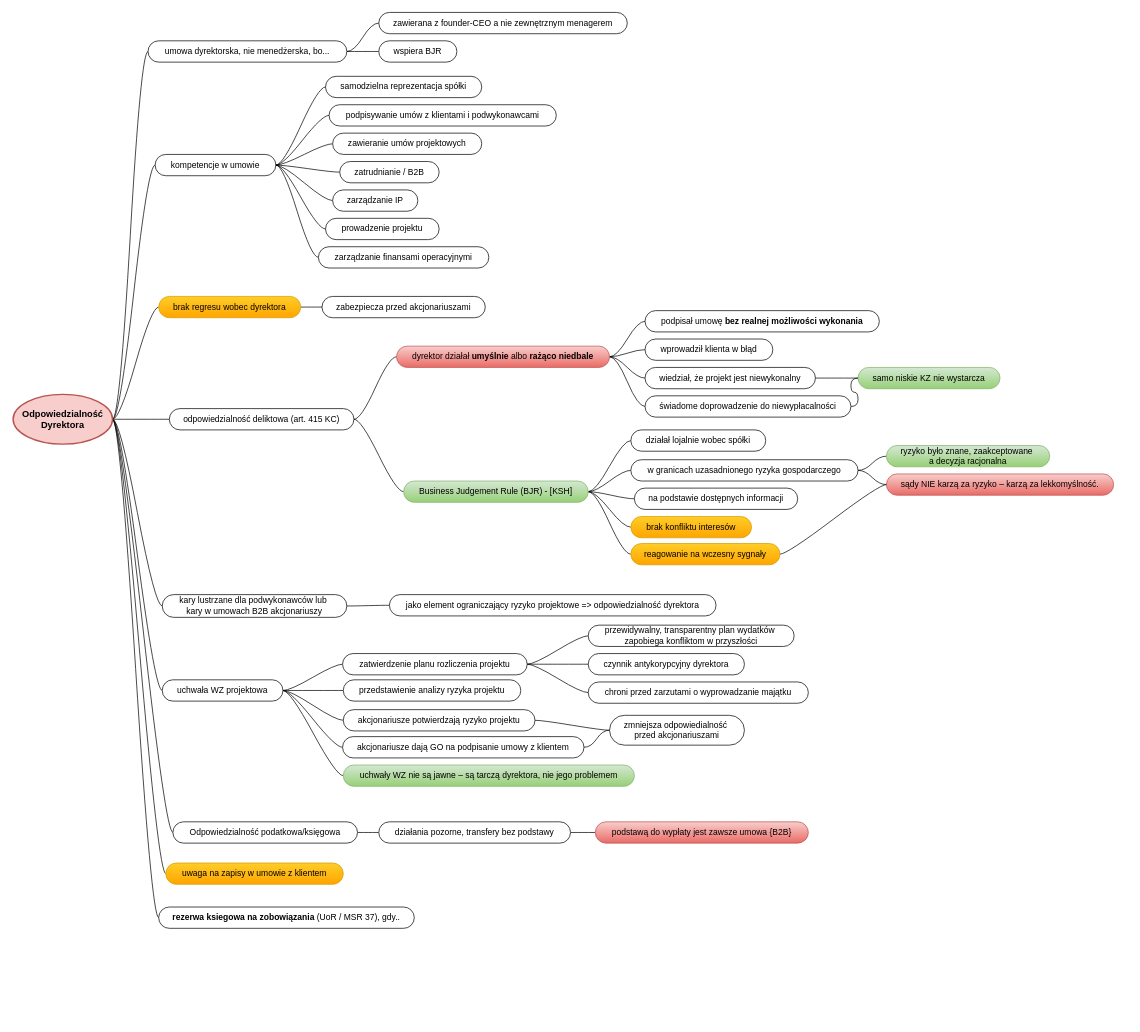
arturd2/diagrams keeps this draw.io diagram as Dyrektor.Odpowiedzialność.drawio. Above is the earlier version. Source tidied: cells renumbered, new cells numbered last; positions are measured from the earlier drawing's top-left corner, leaving out a move shared by most shapes. Both pictures are drawn from the tidied source at 71%, with x=0, y=0 at pixel (13, 12).
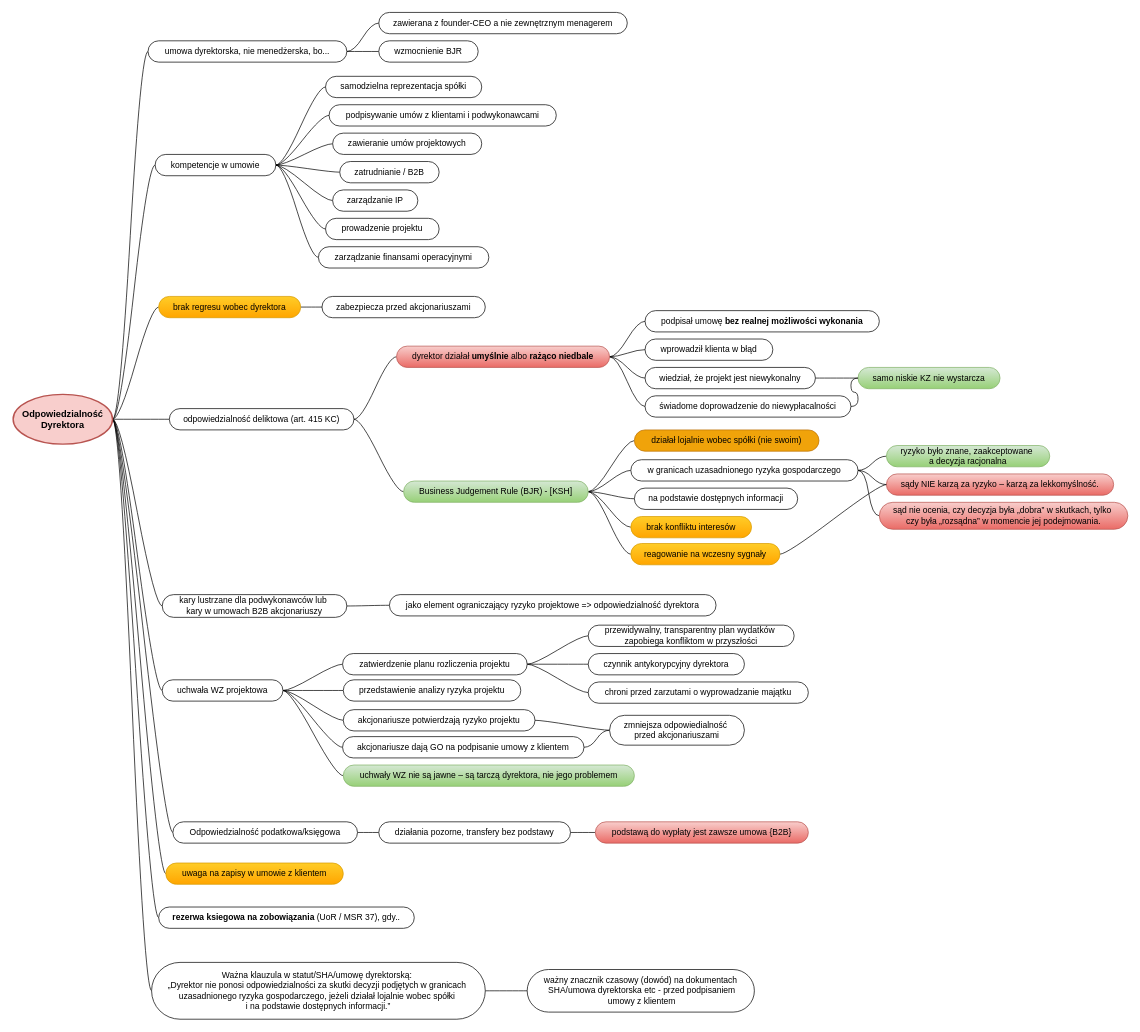
After the change.

Unchanged cells that the change refers to:
```xml
<mxCell id="11" value="Odpowiedzialność&lt;br&gt;Dyrektora" style="ellipse;whiteSpace=wrap;html=1;align=center;newEdgeStyle={&quot;edgeStyle&quot;:&quot;entityRelationEdgeStyle&quot;,&quot;startArrow&quot;:&quot;none&quot;,&quot;endArrow&quot;:&quot;none&quot;,&quot;segment&quot;:10,&quot;curved&quot;:1,&quot;sourcePerimeterSpacing&quot;:0,&quot;targetPerimeterSpacing&quot;:0};fillColor=#f8cecc;strokeColor=#b85450;strokeWidth=2;fontStyle=1;fontSize=13;" parent="1" vertex="1">
  <mxGeometry y="538" width="140" height="70" as="geometry" />
</mxCell>
<mxCell id="78" value="w granicach uzasadnionego ryzyka gospodarczego" style="whiteSpace=wrap;html=1;rounded=1;arcSize=50;align=center;verticalAlign=middle;strokeWidth=1;spacing=4;newEdgeStyle={&quot;edgeStyle&quot;:&quot;entityRelationEdgeStyle&quot;,&quot;startArrow&quot;:&quot;none&quot;,&quot;endArrow&quot;:&quot;none&quot;,&quot;segment&quot;:10,&quot;curved&quot;:1,&quot;sourcePerimeterSpacing&quot;:0,&quot;targetPerimeterSpacing&quot;:0};" parent="1" vertex="1">
  <mxGeometry x="870" y="630" width="320" height="30" as="geometry" />
</mxCell>
```

Diff of the diagram source:
```diff
@@
+    <mxCell id="96" style="edgeStyle=entityRelationEdgeStyle;rounded=0;jettySize=auto;html=1;startArrow=none;endArrow=none;segment=10;curved=1;sourcePerimeterSpacing=0;targetPerimeterSpacing=0;" parent="1" edge="1" source="11" target="100">
+      <mxGeometry relative="1" as="geometry" />
+    </mxCell>
@@
-    <mxCell id="34" value="wspiera BJR" style="whiteSpace=wrap;html=1;rounded=1;arcSize=50;align=center;verticalAlign=middle;strokeWidth=1;spacing=4;newEdgeStyle={&quot;edgeStyle&quot;:&quot;entityRelationEdgeStyle&quot;,&quot;startArrow&quot;:&quot;none&quot;,&quot;endArrow&quot;:&quot;none&quot;,&quot;segment&quot;:10,&quot;curved&quot;:1,&quot;sourcePerimeterSpacing&quot;:0,&quot;targetPerimeterSpacing&quot;:0};" parent="1" vertex="1">
-      <mxGeometry x="515" y="40" width="110" height="30" as="geometry" />
+    <mxCell id="34" value="wzmocnienie BJR" style="whiteSpace=wrap;html=1;rounded=1;arcSize=50;align=center;verticalAlign=middle;strokeWidth=1;spacing=4;newEdgeStyle={&quot;edgeStyle&quot;:&quot;entityRelationEdgeStyle&quot;,&quot;startArrow&quot;:&quot;none&quot;,&quot;endArrow&quot;:&quot;none&quot;,&quot;segment&quot;:10,&quot;curved&quot;:1,&quot;sourcePerimeterSpacing&quot;:0,&quot;targetPerimeterSpacing&quot;:0};" parent="1" vertex="1">
+      <mxGeometry x="515" y="40" width="140" height="30" as="geometry" />
     </mxCell>
@@
-    <mxCell id="75" value="działał lojalnie wobec spółki" style="whiteSpace=wrap;html=1;rounded=1;arcSize=50;align=center;verticalAlign=middle;strokeWidth=1;spacing=4;newEdgeStyle={&quot;edgeStyle&quot;:&quot;entityRelationEdgeStyle&quot;,&quot;startArrow&quot;:&quot;none&quot;,&quot;endArrow&quot;:&quot;none&quot;,&quot;segment&quot;:10,&quot;curved&quot;:1,&quot;sourcePerimeterSpacing&quot;:0,&quot;targetPerimeterSpacing&quot;:0};" parent="1" vertex="1">
-      <mxGeometry x="870" y="588" width="190" height="30" as="geometry" />
+    <mxCell id="75" value="działał lojalnie wobec spółki (nie swoim)" style="whiteSpace=wrap;html=1;rounded=1;arcSize=50;align=center;verticalAlign=middle;strokeWidth=1;spacing=4;newEdgeStyle={&quot;edgeStyle&quot;:&quot;entityRelationEdgeStyle&quot;,&quot;startArrow&quot;:&quot;none&quot;,&quot;endArrow&quot;:&quot;none&quot;,&quot;segment&quot;:10,&quot;curved&quot;:1,&quot;sourcePerimeterSpacing&quot;:0,&quot;targetPerimeterSpacing&quot;:0};fillColor=#f0a30a;strokeColor=#BD7000;fontColor=#000000;" parent="1" vertex="1">
+      <mxGeometry x="875" y="588" width="260" height="30" as="geometry" />
     </mxCell>
@@
+    <mxCell id="97" style="edgeStyle=entityRelationEdgeStyle;rounded=0;jettySize=auto;html=1;startArrow=none;endArrow=none;segment=10;curved=1;sourcePerimeterSpacing=0;targetPerimeterSpacing=0;entryX=0;entryY=0.5;entryDx=0;entryDy=0;" parent="1" edge="1" source="78" target="98">
+      <mxGeometry relative="1" as="geometry" />
+    </mxCell>
@@
+    <mxCell id="98" value="sąd nie ocenia, czy decyzja była „dobra” w skutkach, tylko&amp;nbsp;&lt;br&gt;czy była „rozsądna” w momencie jej podejmowania." style="whiteSpace=wrap;html=1;rounded=1;arcSize=50;align=center;verticalAlign=middle;strokeWidth=1;spacing=4;newEdgeStyle={&quot;edgeStyle&quot;:&quot;entityRelationEdgeStyle&quot;,&quot;startArrow&quot;:&quot;none&quot;,&quot;endArrow&quot;:&quot;none&quot;,&quot;segment&quot;:10,&quot;curved&quot;:1,&quot;sourcePerimeterSpacing&quot;:0,&quot;targetPerimeterSpacing&quot;:0};fillColor=#f8cecc;gradientColor=#ea6b66;strokeColor=#b85450;" parent="1" vertex="1">
+      <mxGeometry x="1220" y="690" width="350" height="38" as="geometry" />
+    </mxCell>
+    <mxCell id="99" style="edgeStyle=entityRelationEdgeStyle;rounded=0;jettySize=auto;html=1;startArrow=none;endArrow=none;segment=10;curved=1;sourcePerimeterSpacing=0;targetPerimeterSpacing=0;" parent="1" edge="1" source="100" target="101">
+      <mxGeometry relative="1" as="geometry" />
+    </mxCell>
+    <mxCell id="100" value="Ważna klauzula w statut/SHA/umowę dyrektorską:&amp;nbsp;&lt;br&gt;„Dyrektor nie ponosi odpowiedzialności za skutki decyzji podjętych w granicach&amp;nbsp;&lt;br&gt;uzasadnionego ryzyka gospodarczego, jeżeli działał lojalnie wobec spółki&amp;nbsp;&lt;br&gt;i na podstawie dostępnych informacji.”" style="whiteSpace=wrap;html=1;rounded=1;arcSize=50;align=center;verticalAlign=middle;strokeWidth=1;spacing=4;newEdgeStyle={&quot;edgeStyle&quot;:&quot;entityRelationEdgeStyle&quot;,&quot;startArrow&quot;:&quot;none&quot;,&quot;endArrow&quot;:&quot;none&quot;,&quot;segment&quot;:10,&quot;curved&quot;:1,&quot;sourcePerimeterSpacing&quot;:0,&quot;targetPerimeterSpacing&quot;:0};" parent="1" vertex="1">
+      <mxGeometry x="195" y="1338" width="470" height="80" as="geometry" />
+    </mxCell>
+    <mxCell id="101" value="ważny znacznik czasowy (dowód) na dokumentach&lt;br&gt;&amp;nbsp;SHA/umowa dyrektorska etc - przed podpisaniem&lt;br&gt;&amp;nbsp;umowy z klientem" style="whiteSpace=wrap;html=1;rounded=1;arcSize=50;align=center;verticalAlign=middle;strokeWidth=1;spacing=4;newEdgeStyle={&quot;edgeStyle&quot;:&quot;entityRelationEdgeStyle&quot;,&quot;startArrow&quot;:&quot;none&quot;,&quot;endArrow&quot;:&quot;none&quot;,&quot;segment&quot;:10,&quot;curved&quot;:1,&quot;sourcePerimeterSpacing&quot;:0,&quot;targetPerimeterSpacing&quot;:0};" parent="1" vertex="1">
+      <mxGeometry x="724" y="1348" width="320" height="60" as="geometry" />
+    </mxCell>
```
